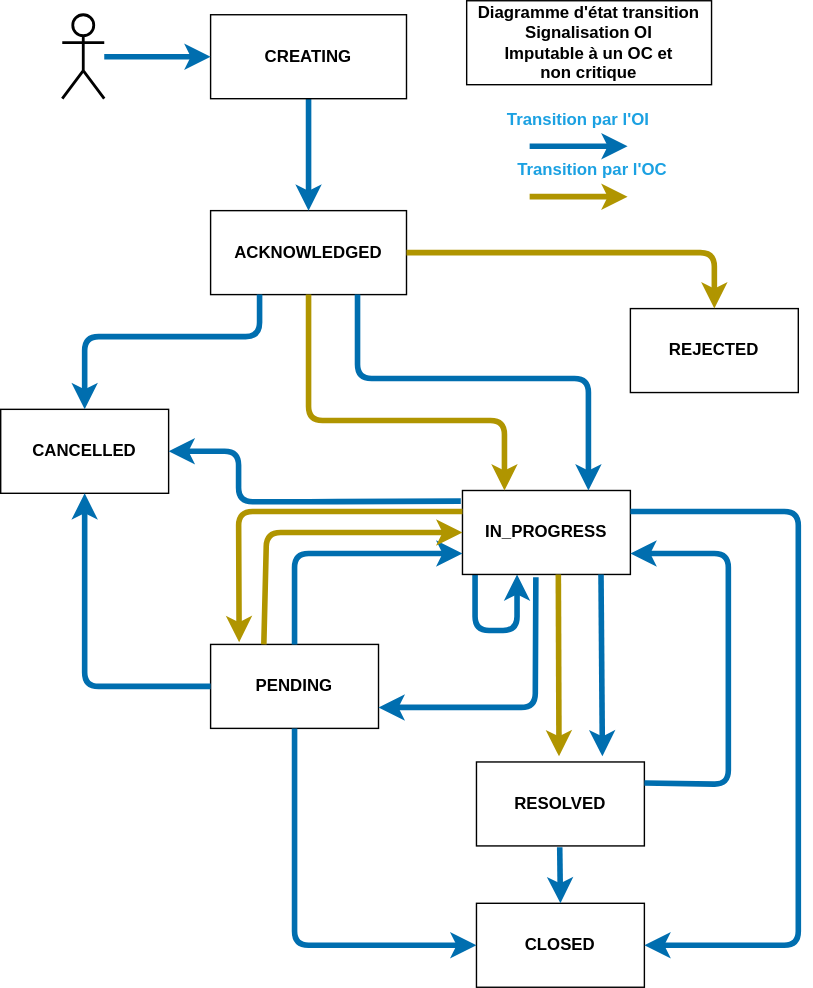
before-interop/malfacon keeps this draw.io diagram as statusOiOcImput.drawio.svg. Above is the earlier version. Source tidied: cells renumbered, new cells last; positions are measured from the earlier drawing's top-left corner, leaving out a move shared by most shapes.
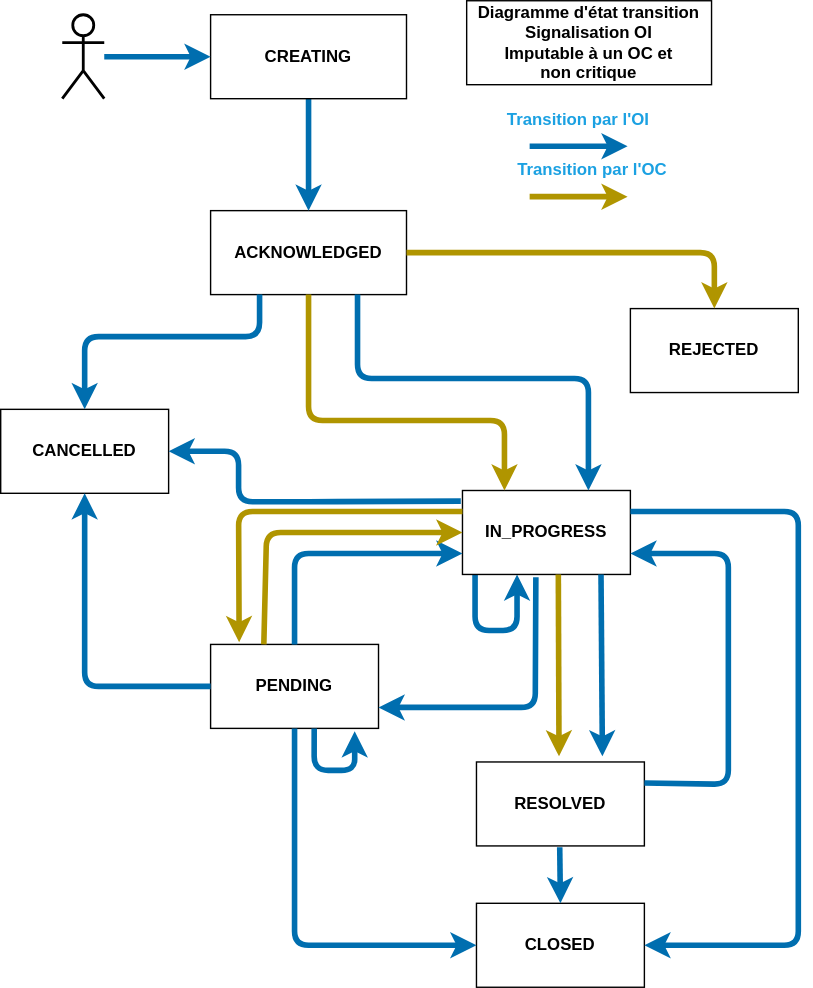
Later version of the same file.

Commit message:
maj diagramme etat transition pending - pending

Change to the diagram source:
```diff
@@ -187,5 +187,13 @@
         </Array>
       </mxGeometry>
     </mxCell>
+    <mxCell id="35" style="edgeStyle=none;html=1;exitX=0.617;exitY=1;exitDx=0;exitDy=0;entryX=0.858;entryY=1.033;entryDx=0;entryDy=0;strokeWidth=4;fillColor=#1ba1e2;strokeColor=#006EAF;exitPerimeter=0;entryPerimeter=0;" parent="1" edge="1" source="5" target="5">
+      <mxGeometry relative="1" as="geometry">
+        <Array as="points">
+          <mxPoint x="224" y="550" />
+          <mxPoint x="253" y="550" />
+        </Array>
+      </mxGeometry>
+    </mxCell>
   </root>
 </mxGraphModel>
```
